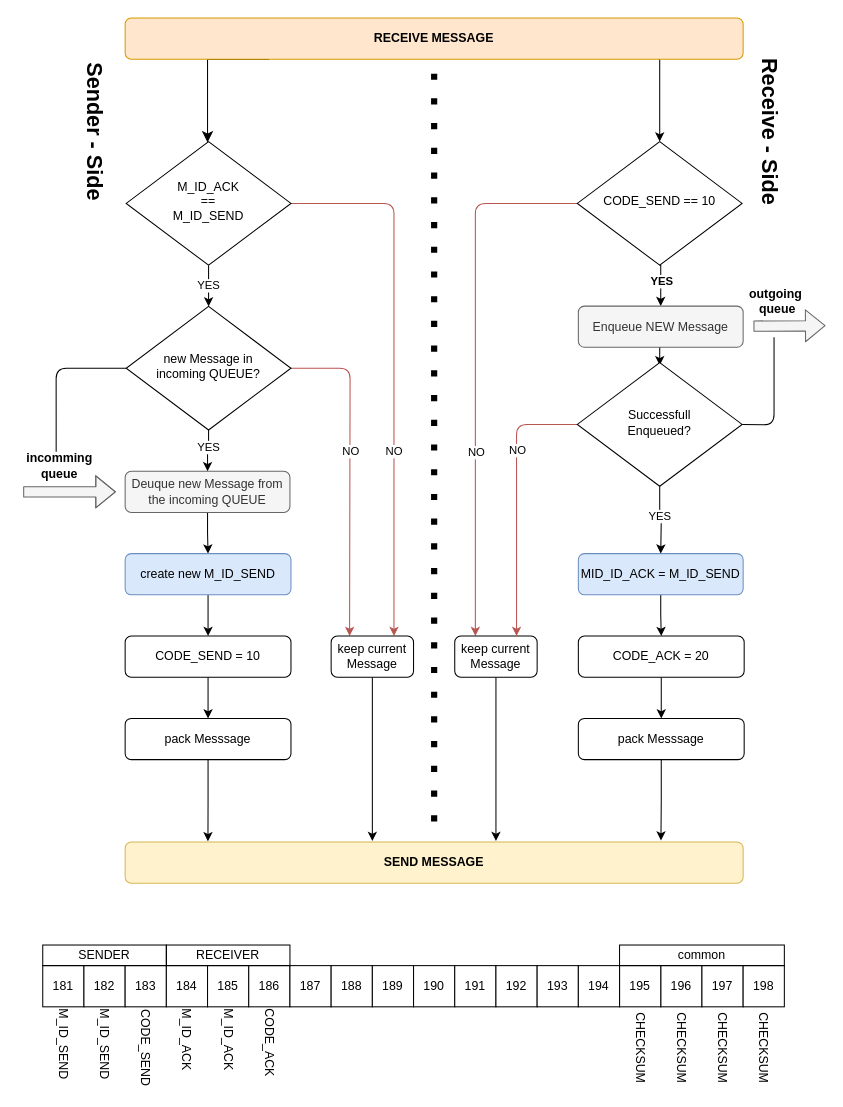
Earlier version of the draw.io diagram Send-Receive.drawio (sagerchr/MessageHandler). Source tidied: cells renumbered, new cells numbered last; positions are measured from the earlier drawing's top-left corner, leaving out a move shared by most shapes. Both pictures are drawn from the tidied source at 103%, with x=0, y=0 at pixel (18, 18).
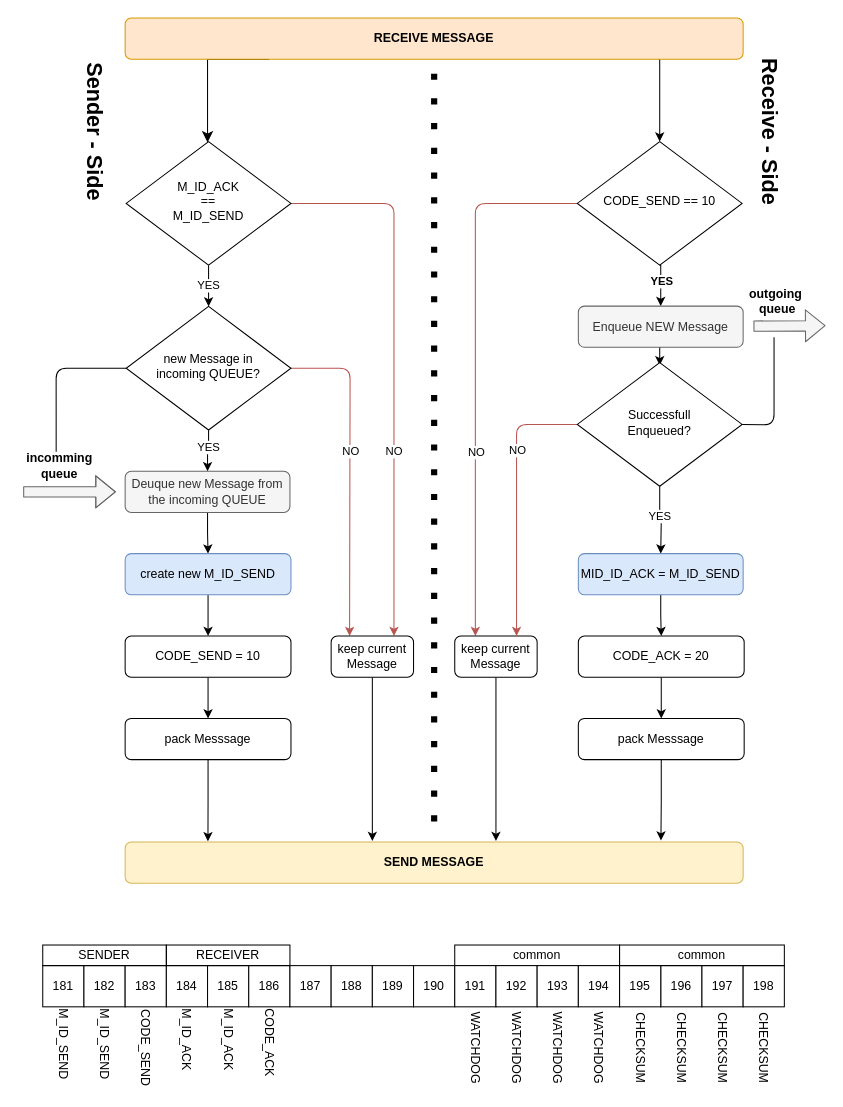
After the change.

Diff of the diagram source:
```diff
@@
     <mxCell id="65" value="common" style="text;html=1;fillColor=none;align=center;verticalAlign=middle;whiteSpace=wrap;rounded=0;strokeColor=#000000;" parent="1" vertex="1">
-      <mxGeometry x="584" y="900" width="160" height="20" as="geometry" />
+      <mxGeometry x="424" y="900" width="160" height="20" as="geometry" />
     </mxCell>
@@
+    <mxCell id="85" value="common" style="text;html=1;fillColor=none;align=center;verticalAlign=middle;whiteSpace=wrap;rounded=0;strokeColor=#000000;" parent="1" vertex="1">
+      <mxGeometry x="584" y="900" width="160" height="20" as="geometry" />
+    </mxCell>
+    <mxCell id="86" value="WATCHDOG" style="text;html=1;strokeColor=none;fillColor=none;align=center;verticalAlign=middle;whiteSpace=wrap;rounded=0;rotation=90;" parent="1" vertex="1">
+      <mxGeometry x="489" y="990" width="70" height="20" as="geometry" />
+    </mxCell>
+    <mxCell id="87" value="WATCHDOG" style="text;html=1;strokeColor=none;fillColor=none;align=center;verticalAlign=middle;whiteSpace=wrap;rounded=0;rotation=90;" parent="1" vertex="1">
+      <mxGeometry x="529" y="990" width="70" height="20" as="geometry" />
+    </mxCell>
+    <mxCell id="88" value="WATCHDOG" style="text;html=1;strokeColor=none;fillColor=none;align=center;verticalAlign=middle;whiteSpace=wrap;rounded=0;rotation=90;" parent="1" vertex="1">
+      <mxGeometry x="449" y="990" width="70" height="20" as="geometry" />
+    </mxCell>
+    <mxCell id="89" value="WATCHDOG" style="text;html=1;strokeColor=none;fillColor=none;align=center;verticalAlign=middle;whiteSpace=wrap;rounded=0;rotation=90;" parent="1" vertex="1">
+      <mxGeometry x="409" y="990" width="70" height="20" as="geometry" />
+    </mxCell>
```
